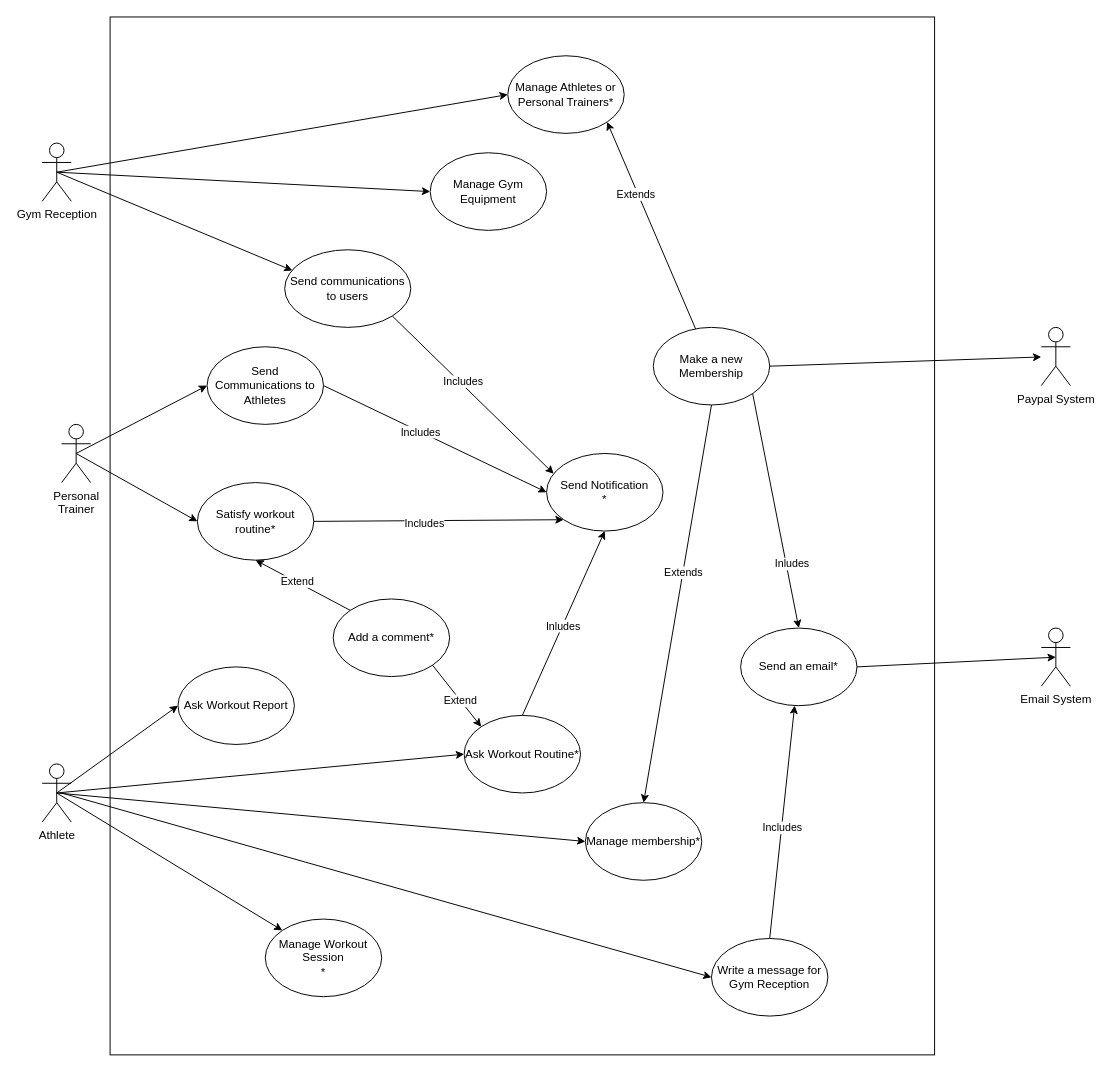
GymBuddy-Corporation/GymBuddy_deliverables keeps this draw.io diagram as Use cases/Use_case_new.drawio. Above is the earlier version. Source tidied: cells renumbered, new cells numbered last; positions are measured from the earlier drawing's top-left corner, leaving out a move shared by most shapes. Both pictures are drawn from the tidied source at 97%, with x=0, y=0 at pixel (42, 16).
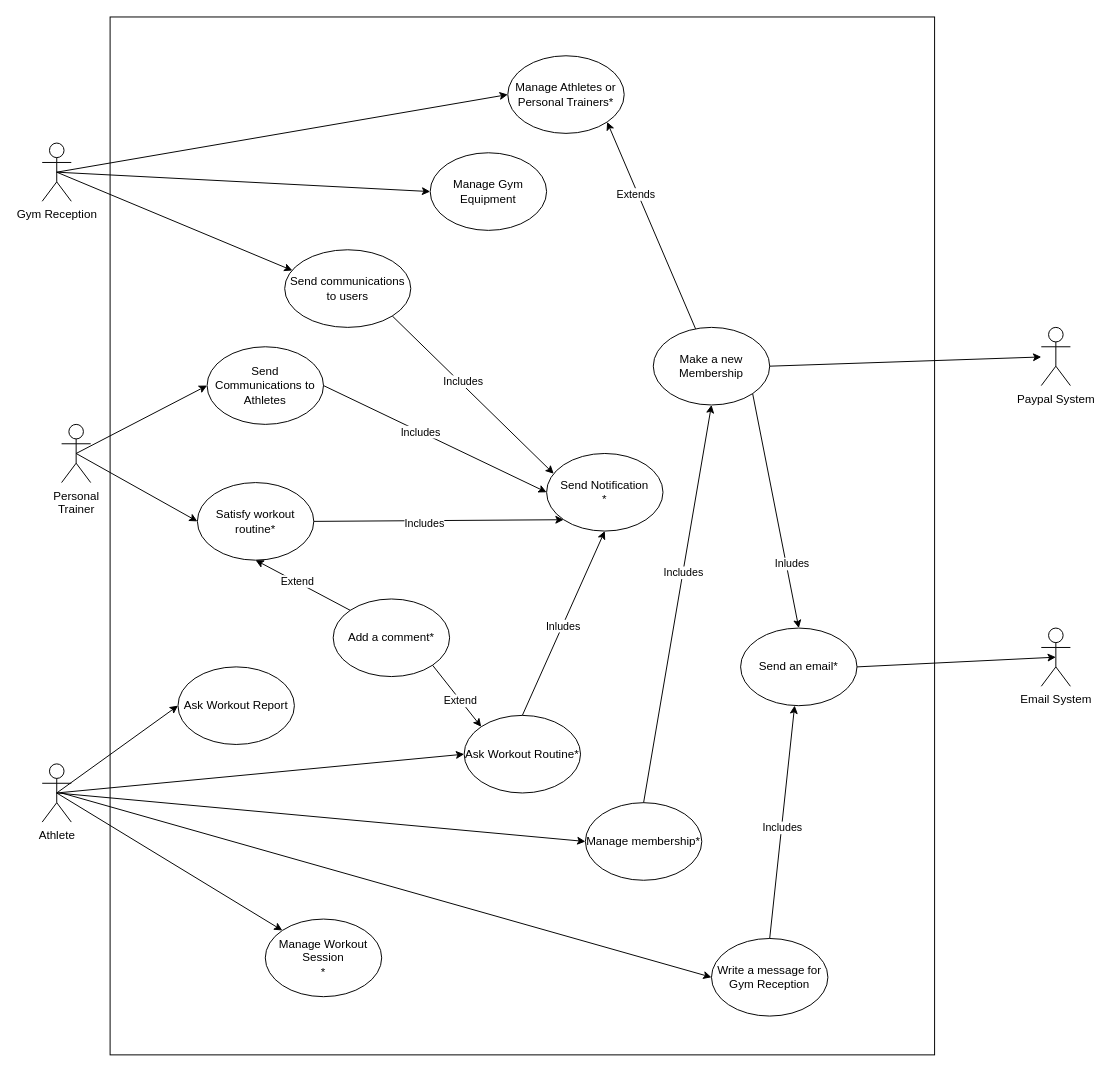
Above is the later version.

Commit message (it also covers changes not shown here):
Changed an extend to an include

The change refers to these unchanged cells:
```xml
<mxCell id="27" value="Manage membership*" style="ellipse;whiteSpace=wrap;html=1;" parent="1" vertex="1">
  <mxGeometry x="560" y="810" width="120" height="80" as="geometry" />
</mxCell>
<mxCell id="47" value="Make a new Membership&lt;div&gt;&lt;/div&gt;" style="ellipse;whiteSpace=wrap;html=1;" parent="1" vertex="1">
  <mxGeometry x="630" y="320" width="120" height="80" as="geometry" />
</mxCell>
```

The edit, as a diff of the source:
```diff
@@
-    <mxCell id="50" style="endArrow=none;html=1;rounded=0;exitX=0.5;exitY=0;exitDx=0;exitDy=0;entryX=0.5;entryY=1;entryDx=0;entryDy=0;endFill=0;startArrow=classic;startFill=1;" parent="1" edge="1" source="27" target="47">
+    <mxCell id="50" style="endArrow=classic;html=1;rounded=0;exitX=0.5;exitY=0;exitDx=0;exitDy=0;entryX=0.5;entryY=1;entryDx=0;entryDy=0;endFill=1;startArrow=none;startFill=0;" parent="1" edge="1" source="27" target="47">
       <mxGeometry relative="1" as="geometry" />
     </mxCell>
-    <mxCell id="51" value="Extends" style="edgeLabel;html=1;align=center;verticalAlign=middle;" parent="50" vertex="1">
+    <mxCell id="51" value="Includes" style="edgeLabel;html=1;align=center;verticalAlign=middle;" parent="50" vertex="1">
       <mxGeometry x="0.16" relative="1" as="geometry" />
     </mxCell>
```
